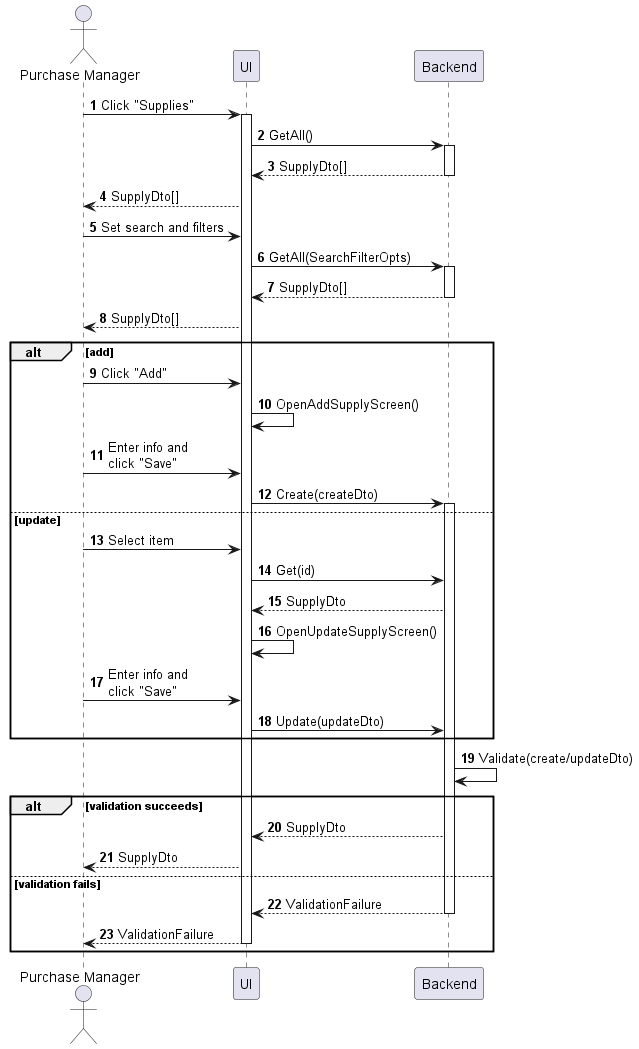
Above: sequences/supply-manage.png in phihungha/scmss-reqs (PlantUML), before the change.
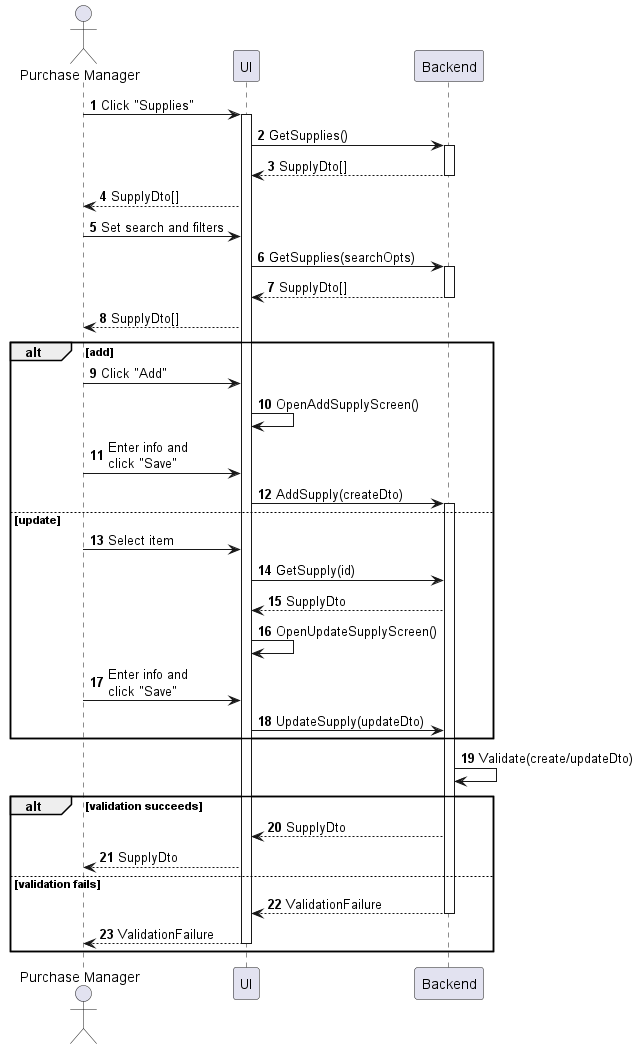
After the commit.

The edit, as a diff of the source:
```diff
@@ -7,12 +7,12 @@
 
 a -> f : Click "Supplies"
 activate f
-f -> b : GetAll()
+f -> b : GetSupplies()
 activate b
 return SupplyDto[]
 f --> a : SupplyDto[]
 a -> f : Set search and filters
-f -> b : GetAll(SearchFilterOpts)
+f -> b : GetSupplies(searchOpts)
 activate b
 return SupplyDto[]
 f --> a : SupplyDto[]
@@ -21,15 +21,15 @@
     a -> f : Click "Add"
     f -> f : OpenAddSupplyScreen()
     a -> f : Enter info and\nclick "Save"
-    f -> b : Create(createDto)
+    f -> b : AddSupply(createDto)
     activate b
 else update
     a -> f : Select item
-    f -> b : Get(id)
+    f -> b : GetSupply(id)
     b --> f : SupplyDto
     f -> f : OpenUpdateSupplyScreen()
     a -> f : Enter info and\nclick "Save"
-    f -> b : Update(updateDto)
+    f -> b : UpdateSupply(updateDto)
 end
 
 b -> b : Validate(create/updateDto)
```
